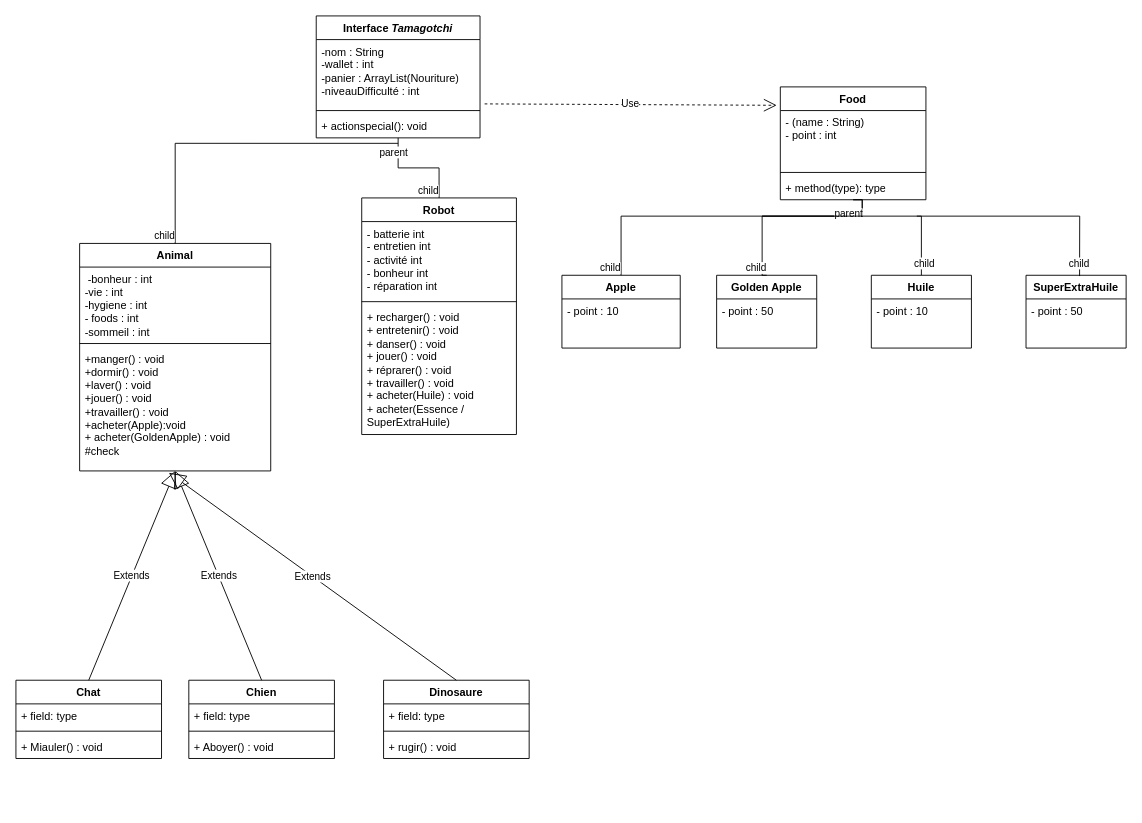
The draw.io diagram page "Page-2" (2 of 2) of Diagram.drawio in BMaurice56/Tamagotchi, before the edit. Source tidied: cells renumbered, new cells numbered last; positions are measured from the earlier drawing's top-left corner, leaving out a move shared by most shapes. Both pictures are drawn from the tidied source at 91%, with x=0, y=0 at pixel (15, 15).
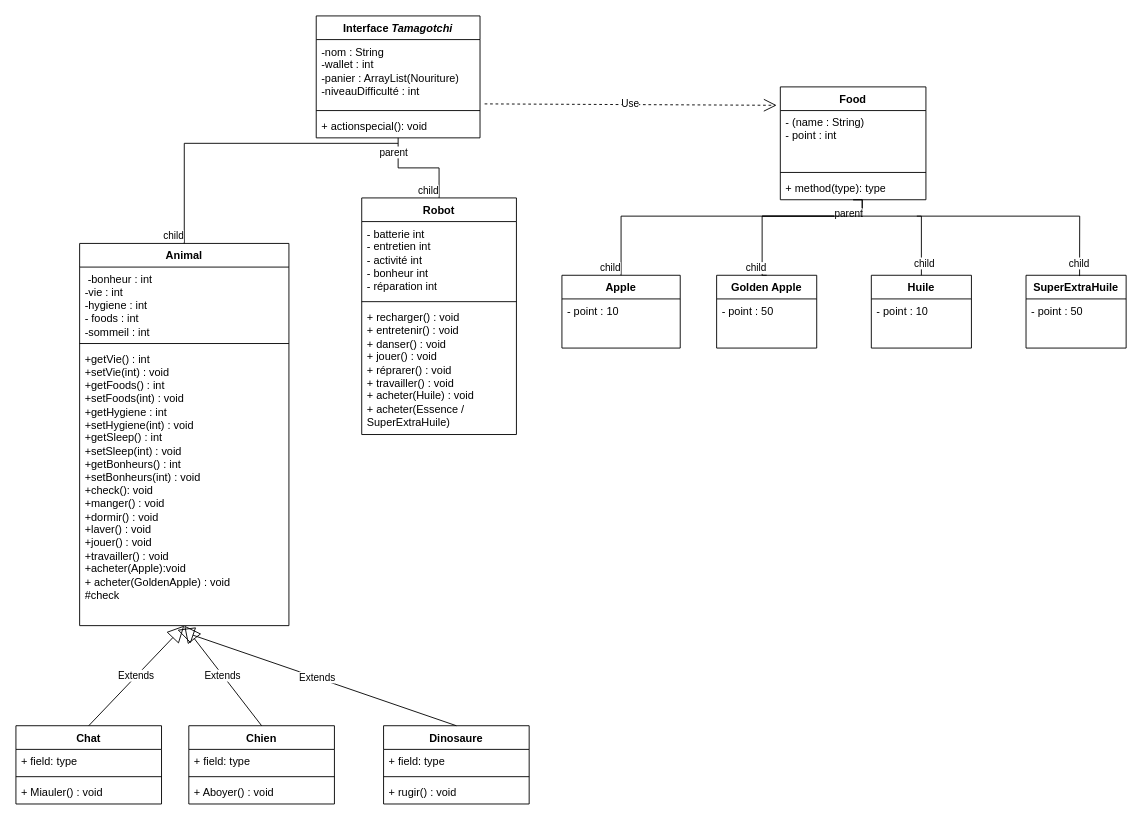
The same page after the edit.

Commit message:
Mettre à jour Diagram.drawio

Diff of the diagram source:
```diff
@@
     <mxCell id="6" value="Dinosaure" style="swimlane;fontStyle=1;align=center;verticalAlign=top;horizontal=1;startSize=26;whiteSpace=wrap;html=1;" parent="1" vertex="1">
-      <mxGeometry x="404" y="730" width="160" height="86" as="geometry" />
+      <mxGeometry x="404" y="780" width="160" height="86" as="geometry" />
     </mxCell>
@@
     <mxCell id="14" value="Animal" style="swimlane;fontStyle=1;align=center;verticalAlign=top;horizontal=1;startSize=26;whiteSpace=wrap;html=1;" parent="1" vertex="1">
-      <mxGeometry x="70" y="250" width="210" height="250" as="geometry" />
+      <mxGeometry x="70" y="250" width="230" height="420" as="geometry" />
     </mxCell>
     <mxCell id="15" value="&lt;div&gt;&amp;nbsp;-bonheur : int&lt;br&gt;&lt;/div&gt;&lt;div&gt;-vie : int&lt;/div&gt;&lt;div&gt;-hygiene : int&lt;/div&gt;&lt;div&gt;- foods : int&lt;/div&gt;&lt;div&gt;-sommeil : int&lt;br&gt;&lt;/div&gt;&lt;div&gt;&lt;br&gt;&lt;/div&gt;" style="text;strokeColor=none;fillColor=none;align=left;verticalAlign=top;spacingLeft=4;spacingRight=4;overflow=hidden;whiteSpace=wrap;html=1;" parent="14" vertex="1">
-      <mxGeometry y="26" width="210" height="80" as="geometry" />
+      <mxGeometry y="26" width="230" height="80" as="geometry" />
     </mxCell>
     <mxCell id="16" style="line;strokeWidth=1;fillColor=none;align=left;verticalAlign=middle;spacingTop=-1;spacingLeft=3;spacingRight=3;labelPosition=right;strokeColor=inherit;" parent="14" vertex="1">
-      <mxGeometry y="106" width="210" height="8" as="geometry" />
+      <mxGeometry y="106" width="230" height="8" as="geometry" />
     </mxCell>
-    <mxCell id="17" value="&lt;div&gt;+manger() : void&lt;/div&gt;&lt;div&gt;+dormir() : void&lt;/div&gt;&lt;div&gt;+laver() : void&lt;/div&gt;&lt;div&gt;+jouer() : void&lt;/div&gt;&lt;div&gt;+travailler() : void&lt;br&gt;&lt;/div&gt;&lt;div&gt;+acheter(Apple):void&lt;/div&gt;&lt;div&gt;+ acheter(GoldenApple) : void&lt;/div&gt;&lt;div&gt;#check&lt;br&gt;&lt;/div&gt;&lt;div&gt;&lt;br&gt;&lt;/div&gt;" style="text;strokeColor=none;fillColor=none;align=left;verticalAlign=top;spacingLeft=4;spacingRight=4;overflow=hidden;points=[[0,0.5],[1,0.5]];portConstraint=eastwest;whiteSpace=wrap;html=1;" parent="14" vertex="1">
-      <mxGeometry y="114" width="210" height="136" as="geometry" />
+    <mxCell id="17" value="&lt;div&gt;+getVie() : int&lt;br&gt;&lt;/div&gt;&lt;div&gt;+setVie(int) : void&lt;/div&gt;&lt;div&gt;&lt;div&gt;+getFoods() : int&lt;br&gt;&lt;/div&gt;+setFoods(int) : void&lt;/div&gt;&lt;div&gt;&lt;div&gt;+getHygiene : int&lt;br&gt;&lt;/div&gt;+setHygiene(int) : void&lt;/div&gt;&lt;div&gt;&lt;div&gt;+getSleep() : int&lt;br&gt;&lt;/div&gt;+setSleep(int) : void&lt;/div&gt;&lt;div&gt;&lt;div&gt;+getBonheurs() : int&lt;br&gt;&lt;/div&gt;+setBonheurs(int) : void&lt;/div&gt;&lt;div&gt;+check(): void&lt;br&gt;&lt;/div&gt;&lt;div&gt;+manger() : void&lt;/div&gt;&lt;div&gt;+dormir() : void&lt;/div&gt;&lt;div&gt;+laver() : void&lt;/div&gt;&lt;div&gt;+jouer() : void&lt;/div&gt;&lt;div&gt;+travailler() : void&lt;br&gt;&lt;/div&gt;&lt;div&gt;+acheter(Apple):void&lt;/div&gt;&lt;div&gt;+ acheter(GoldenApple) : void&lt;/div&gt;&lt;div&gt;#check&lt;br&gt;&lt;/div&gt;&lt;div&gt;&lt;br&gt;&lt;/div&gt;" style="text;strokeColor=none;fillColor=none;align=left;verticalAlign=top;spacingLeft=4;spacingRight=4;overflow=hidden;points=[[0,0.5],[1,0.5]];portConstraint=eastwest;whiteSpace=wrap;html=1;" parent="14" vertex="1">
+      <mxGeometry y="114" width="230" height="306" as="geometry" />
     </mxCell>
@@
     <mxCell id="46" value="Chien" style="swimlane;fontStyle=1;align=center;verticalAlign=top;horizontal=1;startSize=26;whiteSpace=wrap;html=1;" parent="1" vertex="1">
-      <mxGeometry x="190" y="730" width="160" height="86" as="geometry" />
+      <mxGeometry x="190" y="780" width="160" height="86" as="geometry" />
     </mxCell>
@@
     <mxCell id="50" value="Chat" style="swimlane;fontStyle=1;align=center;verticalAlign=top;horizontal=1;startSize=26;whiteSpace=wrap;html=1;" parent="1" vertex="1">
-      <mxGeometry y="730" width="160" height="86" as="geometry" />
+      <mxGeometry y="780" width="160" height="86" as="geometry" />
     </mxCell>
```
